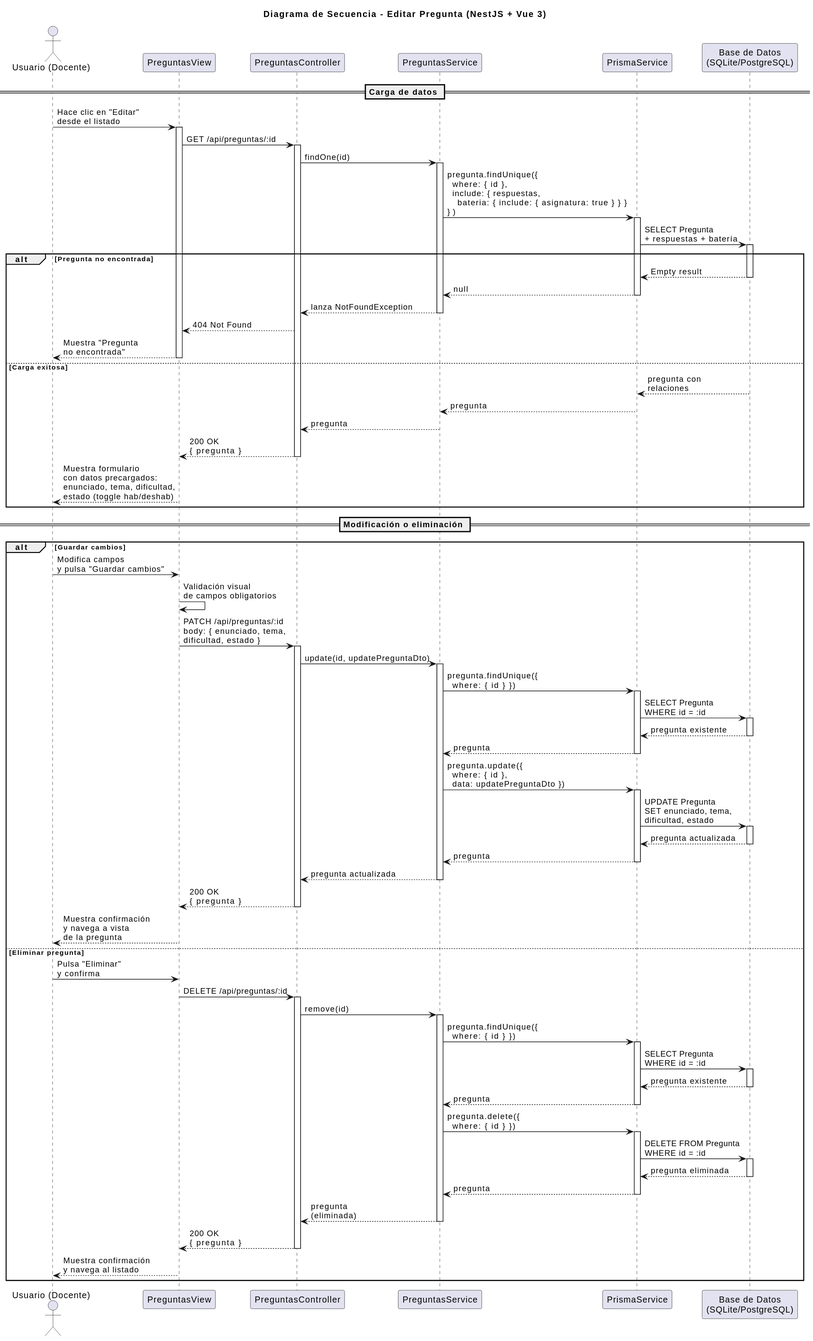
Earlier version of the PlantUML export images/diseño/editarPregunta/secuencia.svg (marcosgutierrez6/25-26-idsw2-sdVC).
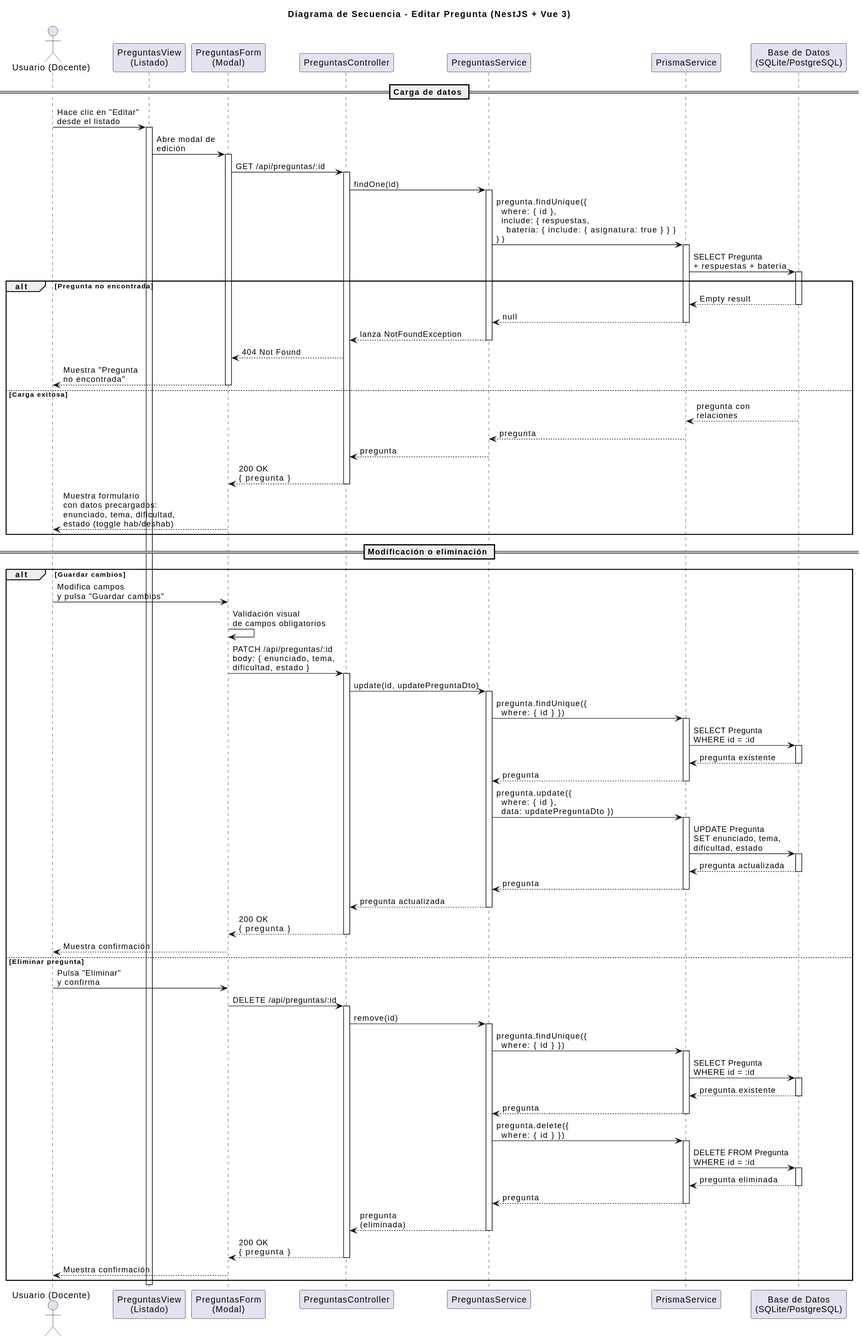
The same diagram one commit later.

What changed in the source:
```diff
@@ -2,7 +2,8 @@
 title Diagrama de Secuencia - Editar Pregunta (NestJS + Vue 3)
 
 actor "Usuario (Docente)" as User
-participant "PreguntasView" as FE
+participant "PreguntasView\n(Listado)" as List
+participant "PreguntasForm\n(Modal)" as Form
 participant "PreguntasController" as Controller
 participant "PreguntasService" as Service
 participant "PrismaService" as Prisma
@@ -10,10 +11,13 @@
 
 == Carga de datos ==
 
-User -> FE: Hace clic en "Editar"\ndesde el listado
-activate FE
+User -> List: Hace clic en "Editar"\ndesde el listado
+activate List
 
-FE -> Controller: GET /api/preguntas/:id
+List -> Form: Abre modal de\nedición
+activate Form
+
+Form -> Controller: GET /api/preguntas/:id
 activate Controller
 
 Controller -> Service: findOne(id)
@@ -31,9 +35,9 @@
   deactivate Prisma
   Service --> Controller: lanza NotFoundException
   deactivate Service
-  Controller --> FE: 404 Not Found
-  FE --> User: Muestra "Pregunta\nno encontrada"
-  deactivate FE
+  Controller --> Form: 404 Not Found
+  Form --> User: Muestra "Pregunta\nno encontrada"
+  deactivate Form
 else Carga exitosa
   DB --> Prisma: pregunta con\nrelaciones
   deactivate DB
@@ -41,18 +45,18 @@
   deactivate Prisma
   Service --> Controller: pregunta
   deactivate Service
-  Controller --> FE: 200 OK\n{ pregunta }
+  Controller --> Form: 200 OK\n{ pregunta }
   deactivate Controller
-  FE --> User: Muestra formulario\ncon datos precargados:\nenunciado, tema, dificultad,\nestado (toggle hab/deshab)
+  Form --> User: Muestra formulario\ncon datos precargados:\nenunciado, tema, dificultad,\nestado (toggle hab/deshab)
 end
 
 == Modificación o eliminación ==
 
 alt Guardar cambios
-  User -> FE: Modifica campos\ny pulsa "Guardar cambios"
-  FE -> FE: Validación visual\nde campos obligatorios
+  User -> Form: Modifica campos\ny pulsa "Guardar cambios"
+  Form -> Form: Validación visual\nde campos obligatorios
 
-  FE -> Controller: PATCH /api/preguntas/:id\nbody: { enunciado, tema,\ndificultad, estado }
+  Form -> Controller: PATCH /api/preguntas/:id\nbody: { enunciado, tema,\ndificultad, estado }
   activate Controller
   Controller -> Service: update(id, updatePreguntaDto)
   activate Service
@@ -77,13 +81,13 @@
 
   Service --> Controller: pregunta actualizada
   deactivate Service
-  Controller --> FE: 200 OK\n{ pregunta }
+  Controller --> Form: 200 OK\n{ pregunta }
   deactivate Controller
-  FE --> User: Muestra confirmación\ny navega a vista\nde la pregunta
+  Form --> User: Muestra confirmación
 
 else Eliminar pregunta
-  User -> FE: Pulsa "Eliminar"\ny confirma
-  FE -> Controller: DELETE /api/preguntas/:id
+  User -> Form: Pulsa "Eliminar"\ny confirma
+  Form -> Controller: DELETE /api/preguntas/:id
   activate Controller
   Controller -> Service: remove(id)
   activate Service
@@ -108,10 +112,11 @@
 
   Service --> Controller: pregunta\n(eliminada)
   deactivate Service
-  Controller --> FE: 200 OK\n{ pregunta }
+  Controller --> Form: 200 OK\n{ pregunta }
   deactivate Controller
-  FE --> User: Muestra confirmación\ny navega al listado
+  Form --> User: Muestra confirmación
 end
 
-deactivate FE
+deactivate Form
+deactivate List
 @enduml
```
